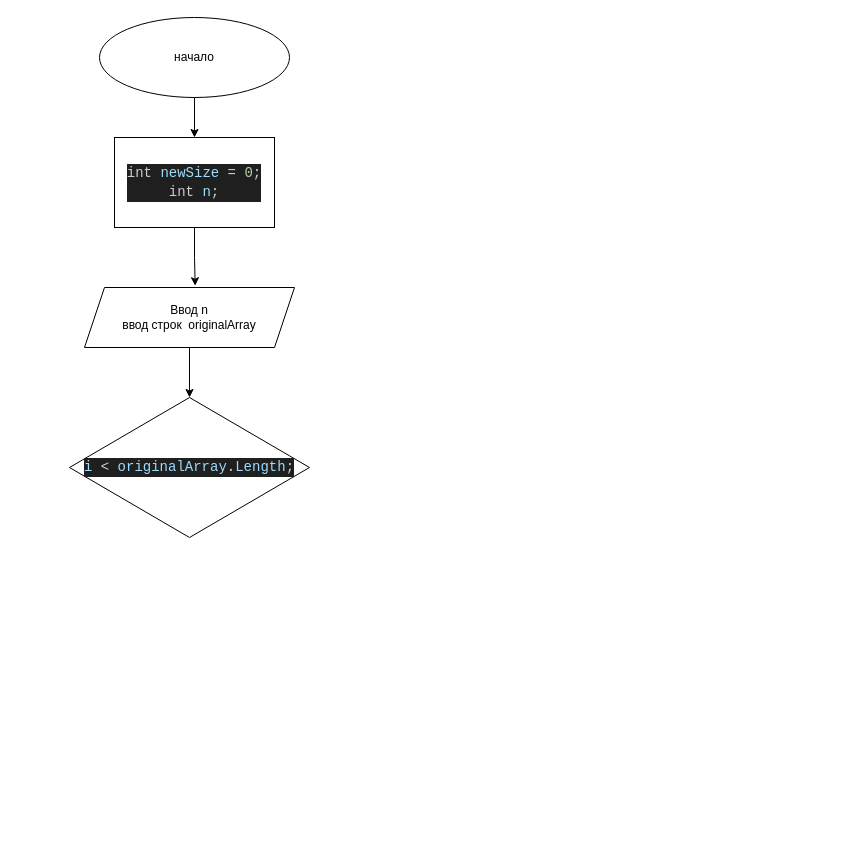
This is 123.drawio from MelJelif/finalC, a draw.io file, before an edit. Source tidied: cells renumbered, new cells numbered last; positions are measured from the earlier drawing's top-left corner, leaving out a move shared by most shapes. Both pictures are drawn from the tidied source at 100%, with x=0, y=0 at pixel (69, 17).
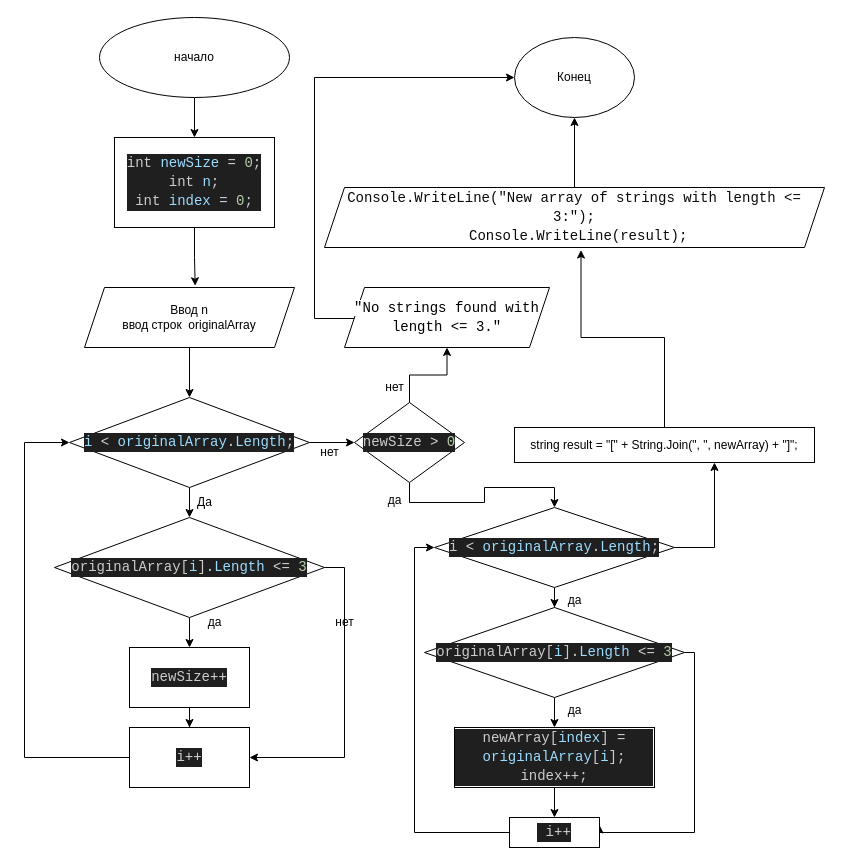
The same page after the edit.

Commit message:
block-shem

Change to the diagram source:
```diff
@@
-    <mxCell id="5" value="&lt;div style=&quot;color: rgb(204, 204, 204); background-color: rgb(31, 31, 31); font-family: Consolas, &amp;quot;Courier New&amp;quot;, monospace; font-size: 14px; line-height: 19px;&quot;&gt;int &lt;span style=&quot;color: #9cdcfe;&quot;&gt;newSize&lt;/span&gt; &lt;span style=&quot;color: #d4d4d4;&quot;&gt;=&lt;/span&gt; &lt;span style=&quot;color: #b5cea8;&quot;&gt;0&lt;/span&gt;;&lt;/div&gt;&lt;div style=&quot;color: rgb(204, 204, 204); background-color: rgb(31, 31, 31); font-family: Consolas, &amp;quot;Courier New&amp;quot;, monospace; font-size: 14px; line-height: 19px;&quot;&gt;&lt;div style=&quot;line-height: 19px;&quot;&gt;int &lt;span style=&quot;color: #9cdcfe;&quot;&gt;n&lt;/span&gt;;&lt;/div&gt;&lt;/div&gt;" style="rounded=0;whiteSpace=wrap;html=1;" parent="1" vertex="1">
+    <mxCell id="5" value="&lt;div style=&quot;color: rgb(204, 204, 204); background-color: rgb(31, 31, 31); font-family: Consolas, &amp;quot;Courier New&amp;quot;, monospace; font-size: 14px; line-height: 19px;&quot;&gt;int &lt;span style=&quot;color: #9cdcfe;&quot;&gt;newSize&lt;/span&gt; &lt;span style=&quot;color: #d4d4d4;&quot;&gt;=&lt;/span&gt; &lt;span style=&quot;color: #b5cea8;&quot;&gt;0&lt;/span&gt;;&lt;/div&gt;&lt;div style=&quot;color: rgb(204, 204, 204); background-color: rgb(31, 31, 31); font-family: Consolas, &amp;quot;Courier New&amp;quot;, monospace; font-size: 14px; line-height: 19px;&quot;&gt;&lt;div style=&quot;line-height: 19px;&quot;&gt;int &lt;span style=&quot;color: #9cdcfe;&quot;&gt;n&lt;/span&gt;;&lt;/div&gt;&lt;div style=&quot;line-height: 19px;&quot;&gt;&lt;div style=&quot;line-height: 19px;&quot;&gt;int &lt;span style=&quot;color: #9cdcfe;&quot;&gt;index&lt;/span&gt; &lt;span style=&quot;color: #d4d4d4;&quot;&gt;=&lt;/span&gt; &lt;span style=&quot;color: #b5cea8;&quot;&gt;0&lt;/span&gt;;&lt;/div&gt;&lt;/div&gt;&lt;/div&gt;" style="rounded=0;whiteSpace=wrap;html=1;" parent="1" vertex="1">
       <mxGeometry x="45" y="120" width="160" height="90" as="geometry" />
     </mxCell>
@@
+    <mxCell id="9" style="edgeStyle=orthogonalEdgeStyle;rounded=0;jettySize=auto;html=1;entryX=0.5;entryY=0;entryDx=0;entryDy=0;" parent="1" edge="1" source="8" target="13">
+      <mxGeometry relative="1" as="geometry" />
+    </mxCell>
+    <mxCell id="10" style="edgeStyle=orthogonalEdgeStyle;rounded=0;jettySize=auto;html=1;entryX=0;entryY=0.5;entryDx=0;entryDy=0;" parent="1" edge="1" source="8" target="24">
+      <mxGeometry relative="1" as="geometry" />
+    </mxCell>
     <mxCell id="8" value="&lt;div style=&quot;background-color: rgb(31, 31, 31); font-family: Consolas, &amp;quot;Courier New&amp;quot;, monospace; font-size: 14px; line-height: 19px;&quot;&gt;&lt;span style=&quot;color: rgb(156, 220, 254);&quot;&gt;i&lt;/span&gt; &lt;span style=&quot;color: rgb(212, 212, 212);&quot;&gt;&amp;lt;&lt;/span&gt;&lt;font color=&quot;#cccccc&quot;&gt;&amp;nbsp;&lt;/font&gt;&lt;span style=&quot;color: rgb(156, 220, 254);&quot;&gt;originalArray&lt;/span&gt;&lt;span style=&quot;color: rgb(212, 212, 212);&quot;&gt;.&lt;/span&gt;&lt;span style=&quot;color: rgb(156, 220, 254);&quot;&gt;Length&lt;/span&gt;&lt;font color=&quot;#cccccc&quot;&gt;;&lt;/font&gt;&lt;/div&gt;" style="rhombus;whiteSpace=wrap;html=1;" parent="1" vertex="1">
-      <mxGeometry y="380" width="240" height="140" as="geometry" />
+      <mxGeometry y="380" width="240" height="90" as="geometry" />
     </mxCell>
+    <mxCell id="11" style="edgeStyle=orthogonalEdgeStyle;rounded=0;jettySize=auto;html=1;entryX=0.5;entryY=0;entryDx=0;entryDy=0;" parent="1" edge="1" source="13" target="15">
+      <mxGeometry relative="1" as="geometry" />
+    </mxCell>
+    <mxCell id="12" style="edgeStyle=orthogonalEdgeStyle;rounded=0;jettySize=auto;html=1;exitX=1;exitY=0.5;exitDx=0;exitDy=0;entryX=1;entryY=0.5;entryDx=0;entryDy=0;" parent="1" edge="1" source="13" target="17">
+      <mxGeometry relative="1" as="geometry" />
+    </mxCell>
+    <mxCell id="13" value="&lt;div style=&quot;color: rgb(204, 204, 204); background-color: rgb(31, 31, 31); font-family: Consolas, &amp;quot;Courier New&amp;quot;, monospace; font-size: 14px; line-height: 19px;&quot;&gt;originalArray[&lt;span style=&quot;color: #9cdcfe;&quot;&gt;i&lt;/span&gt;]&lt;span style=&quot;color: #d4d4d4;&quot;&gt;.&lt;/span&gt;&lt;span style=&quot;color: #9cdcfe;&quot;&gt;Length&lt;/span&gt; &lt;span style=&quot;color: #d4d4d4;&quot;&gt;&amp;lt;=&lt;/span&gt; &lt;span style=&quot;color: #b5cea8;&quot;&gt;3&lt;/span&gt;&lt;/div&gt;" style="rhombus;whiteSpace=wrap;html=1;" parent="1" vertex="1">
+      <mxGeometry x="-15" y="500" width="270" height="100" as="geometry" />
+    </mxCell>
+    <mxCell id="14" style="edgeStyle=orthogonalEdgeStyle;rounded=0;jettySize=auto;html=1;" parent="1" edge="1" source="15" target="17">
+      <mxGeometry relative="1" as="geometry" />
+    </mxCell>
+    <mxCell id="15" value="&lt;div style=&quot;color: rgb(204, 204, 204); background-color: rgb(31, 31, 31); font-family: Consolas, &amp;quot;Courier New&amp;quot;, monospace; font-size: 14px; line-height: 19px;&quot;&gt;newSize&lt;span style=&quot;color: #d4d4d4;&quot;&gt;++&lt;/span&gt;&lt;/div&gt;" style="rounded=0;whiteSpace=wrap;html=1;" parent="1" vertex="1">
+      <mxGeometry x="60" y="630" width="120" height="60" as="geometry" />
+    </mxCell>
+    <mxCell id="16" style="edgeStyle=orthogonalEdgeStyle;rounded=0;jettySize=auto;html=1;entryX=0;entryY=0.5;entryDx=0;entryDy=0;" parent="1" edge="1" source="17" target="8">
+      <mxGeometry relative="1" as="geometry">
+        <Array as="points">
+          <mxPoint x="-45" y="740" />
+          <mxPoint x="-45" y="425" />
+        </Array>
+      </mxGeometry>
+    </mxCell>
+    <mxCell id="17" value="&lt;div style=&quot;color: rgb(204, 204, 204); background-color: rgb(31, 31, 31); font-family: Consolas, &amp;quot;Courier New&amp;quot;, monospace; font-size: 14px; line-height: 19px;&quot;&gt;i&lt;span style=&quot;color: #d4d4d4;&quot;&gt;++&lt;/span&gt;&lt;/div&gt;" style="rounded=0;whiteSpace=wrap;html=1;" parent="1" vertex="1">
+      <mxGeometry x="60" y="710" width="120" height="60" as="geometry" />
+    </mxCell>
+    <mxCell id="18" value="нет" style="text;html=1;align=center;verticalAlign=middle;strokeColor=none;fillColor=none;" parent="1" vertex="1">
+      <mxGeometry x="255" y="590" width="40" height="30" as="geometry" />
+    </mxCell>
+    <mxCell id="19" value="да" style="text;html=1;align=center;verticalAlign=middle;strokeColor=none;fillColor=none;" parent="1" vertex="1">
+      <mxGeometry x="125" y="590" width="40" height="30" as="geometry" />
+    </mxCell>
+    <mxCell id="20" value="Да" style="text;html=1;align=center;verticalAlign=middle;strokeColor=none;fillColor=none;" parent="1" vertex="1">
+      <mxGeometry x="115" y="470" width="40" height="30" as="geometry" />
+    </mxCell>
+    <mxCell id="21" value="нет" style="text;html=1;align=center;verticalAlign=middle;strokeColor=none;fillColor=none;" parent="1" vertex="1">
+      <mxGeometry x="240" y="420" width="40" height="30" as="geometry" />
+    </mxCell>
+    <mxCell id="22" style="edgeStyle=orthogonalEdgeStyle;rounded=0;jettySize=auto;html=1;entryX=0.5;entryY=0;entryDx=0;entryDy=0;" parent="1" edge="1" source="24" target="27">
+      <mxGeometry relative="1" as="geometry" />
+    </mxCell>
+    <mxCell id="23" style="edgeStyle=orthogonalEdgeStyle;rounded=0;jettySize=auto;html=1;" parent="1" edge="1" source="24" target="38">
+      <mxGeometry relative="1" as="geometry" />
+    </mxCell>
+    <mxCell id="24" value="&lt;div style=&quot;color: rgb(204, 204, 204); background-color: rgb(31, 31, 31); font-family: Consolas, &amp;quot;Courier New&amp;quot;, monospace; font-size: 14px; line-height: 19px;&quot;&gt;newSize &lt;span style=&quot;color: #d4d4d4;&quot;&gt;&amp;gt;&lt;/span&gt; &lt;span style=&quot;color: #b5cea8;&quot;&gt;0&lt;/span&gt;&lt;/div&gt;" style="rhombus;whiteSpace=wrap;html=1;" parent="1" vertex="1">
+      <mxGeometry x="285" y="385" width="110" height="80" as="geometry" />
+    </mxCell>
+    <mxCell id="25" style="edgeStyle=orthogonalEdgeStyle;rounded=0;jettySize=auto;html=1;entryX=0.5;entryY=0;entryDx=0;entryDy=0;" parent="1" edge="1" source="27" target="30">
+      <mxGeometry relative="1" as="geometry" />
+    </mxCell>
+    <mxCell id="26" style="edgeStyle=orthogonalEdgeStyle;rounded=0;jettySize=auto;html=1;" parent="1" edge="1" source="27" target="44">
+      <mxGeometry relative="1" as="geometry">
+        <Array as="points">
+          <mxPoint x="645" y="530" />
+        </Array>
+      </mxGeometry>
+    </mxCell>
+    <mxCell id="27" value="&lt;div style=&quot;color: rgb(204, 204, 204); background-color: rgb(31, 31, 31); font-family: Consolas, &amp;quot;Courier New&amp;quot;, monospace; font-size: 14px; line-height: 19px;&quot;&gt;i &lt;span style=&quot;color: #d4d4d4;&quot;&gt;&amp;lt;&lt;/span&gt; &lt;span style=&quot;color: #9cdcfe;&quot;&gt;originalArray&lt;/span&gt;&lt;span style=&quot;color: #d4d4d4;&quot;&gt;.&lt;/span&gt;&lt;span style=&quot;color: #9cdcfe;&quot;&gt;Length&lt;/span&gt;;&lt;/div&gt;" style="rhombus;whiteSpace=wrap;html=1;" parent="1" vertex="1">
+      <mxGeometry x="365" y="490" width="240" height="80" as="geometry" />
+    </mxCell>
+    <mxCell id="28" style="edgeStyle=orthogonalEdgeStyle;rounded=0;jettySize=auto;html=1;" parent="1" edge="1" source="30" target="32">
+      <mxGeometry relative="1" as="geometry" />
+    </mxCell>
+    <mxCell id="29" style="edgeStyle=orthogonalEdgeStyle;rounded=0;jettySize=auto;html=1;exitX=1;exitY=0.5;exitDx=0;exitDy=0;entryX=1;entryY=0.25;entryDx=0;entryDy=0;" parent="1" edge="1" source="30" target="34">
+      <mxGeometry relative="1" as="geometry">
+        <Array as="points">
+          <mxPoint x="625" y="635" />
+          <mxPoint x="625" y="815" />
+          <mxPoint x="530" y="815" />
+        </Array>
+      </mxGeometry>
+    </mxCell>
+    <mxCell id="30" value="&lt;div style=&quot;color: rgb(204, 204, 204); background-color: rgb(31, 31, 31); font-family: Consolas, &amp;quot;Courier New&amp;quot;, monospace; font-size: 14px; line-height: 19px;&quot;&gt;originalArray[&lt;span style=&quot;color: #9cdcfe;&quot;&gt;i&lt;/span&gt;]&lt;span style=&quot;color: #d4d4d4;&quot;&gt;.&lt;/span&gt;&lt;span style=&quot;color: #9cdcfe;&quot;&gt;Length&lt;/span&gt; &lt;span style=&quot;color: #d4d4d4;&quot;&gt;&amp;lt;=&lt;/span&gt; &lt;span style=&quot;color: #b5cea8;&quot;&gt;3&lt;/span&gt;&lt;/div&gt;" style="rhombus;whiteSpace=wrap;html=1;" parent="1" vertex="1">
+      <mxGeometry x="355" y="590" width="260" height="90" as="geometry" />
+    </mxCell>
+    <mxCell id="31" style="edgeStyle=orthogonalEdgeStyle;rounded=0;jettySize=auto;html=1;" parent="1" edge="1" source="32" target="34">
+      <mxGeometry relative="1" as="geometry" />
+    </mxCell>
+    <mxCell id="32" value="&lt;div style=&quot;color: rgb(204, 204, 204); background-color: rgb(31, 31, 31); font-family: Consolas, &amp;quot;Courier New&amp;quot;, monospace; font-size: 14px; line-height: 19px;&quot;&gt;newArray[&lt;span style=&quot;color: #9cdcfe;&quot;&gt;index&lt;/span&gt;] &lt;span style=&quot;color: #d4d4d4;&quot;&gt;=&lt;/span&gt; &lt;span style=&quot;color: #9cdcfe;&quot;&gt;originalArray&lt;/span&gt;[&lt;span style=&quot;color: #9cdcfe;&quot;&gt;i&lt;/span&gt;];&lt;/div&gt;&lt;div style=&quot;color: rgb(204, 204, 204); background-color: rgb(31, 31, 31); font-family: Consolas, &amp;quot;Courier New&amp;quot;, monospace; font-size: 14px; line-height: 19px;&quot;&gt;&lt;div style=&quot;line-height: 19px;&quot;&gt;index&lt;span style=&quot;color: #d4d4d4;&quot;&gt;++&lt;/span&gt;;&lt;/div&gt;&lt;/div&gt;" style="whiteSpace=wrap;html=1;" parent="1" vertex="1">
+      <mxGeometry x="385" y="710" width="200" height="60" as="geometry" />
+    </mxCell>
+    <mxCell id="33" style="edgeStyle=orthogonalEdgeStyle;rounded=0;jettySize=auto;html=1;entryX=0;entryY=0.5;entryDx=0;entryDy=0;" parent="1" edge="1" source="34" target="27">
+      <mxGeometry relative="1" as="geometry">
+        <Array as="points">
+          <mxPoint x="345" y="815" />
+          <mxPoint x="345" y="530" />
+        </Array>
+      </mxGeometry>
+    </mxCell>
+    <mxCell id="34" value="&lt;div style=&quot;color: rgb(204, 204, 204); background-color: rgb(31, 31, 31); font-family: Consolas, &amp;quot;Courier New&amp;quot;, monospace; font-size: 14px; line-height: 19px;&quot;&gt;&amp;nbsp;i&lt;span style=&quot;color: #d4d4d4;&quot;&gt;++&lt;/span&gt;&lt;/div&gt;" style="whiteSpace=wrap;html=1;" parent="1" vertex="1">
+      <mxGeometry x="440" y="800" width="90" height="30" as="geometry" />
+    </mxCell>
+    <mxCell id="35" value="да" style="text;html=1;align=center;verticalAlign=middle;strokeColor=none;fillColor=none;" parent="1" vertex="1">
+      <mxGeometry x="485" y="568" width="40" height="30" as="geometry" />
+    </mxCell>
+    <mxCell id="36" value="да" style="text;html=1;align=center;verticalAlign=middle;strokeColor=none;fillColor=none;" parent="1" vertex="1">
+      <mxGeometry x="485" y="678" width="40" height="30" as="geometry" />
+    </mxCell>
+    <mxCell id="37" style="edgeStyle=orthogonalEdgeStyle;rounded=0;jettySize=auto;html=1;entryX=0;entryY=0.5;entryDx=0;entryDy=0;" parent="1" edge="1" target="45">
+      <mxGeometry relative="1" as="geometry">
+        <mxPoint x="285" y="300" as="sourcePoint" />
+        <Array as="points">
+          <mxPoint x="285" y="301" />
+          <mxPoint x="245" y="301" />
+          <mxPoint x="245" y="60" />
+        </Array>
+      </mxGeometry>
+    </mxCell>
+    <mxCell id="38" value="&lt;div style=&quot;font-family: Consolas, &amp;quot;Courier New&amp;quot;, monospace; font-size: 14px; line-height: 19px;&quot;&gt;&lt;span style=&quot;background-color: rgb(255, 255, 255);&quot;&gt;&quot;No strings found with length &amp;lt;= 3.&quot;&lt;/span&gt;&lt;/div&gt;" style="shape=parallelogram;perimeter=parallelogramPerimeter;whiteSpace=wrap;html=1;fixedSize=1;" parent="1" vertex="1">
+      <mxGeometry x="275" y="270" width="205" height="60" as="geometry" />
+    </mxCell>
+    <mxCell id="39" value="нет" style="text;html=1;align=center;verticalAlign=middle;strokeColor=none;fillColor=none;" parent="1" vertex="1">
+      <mxGeometry x="305" y="355" width="40" height="30" as="geometry" />
+    </mxCell>
+    <mxCell id="40" value="да" style="text;html=1;align=center;verticalAlign=middle;strokeColor=none;fillColor=none;" parent="1" vertex="1">
+      <mxGeometry x="305" y="468" width="40" height="30" as="geometry" />
+    </mxCell>
+    <mxCell id="41" style="edgeStyle=orthogonalEdgeStyle;rounded=0;jettySize=auto;html=1;" parent="1" edge="1" source="42" target="45">
+      <mxGeometry relative="1" as="geometry" />
+    </mxCell>
+    <mxCell id="42" value="&lt;div style=&quot;font-family: Consolas, &amp;quot;Courier New&amp;quot;, monospace; font-size: 14px; line-height: 19px;&quot;&gt;&lt;div style=&quot;&quot;&gt;&lt;font style=&quot;background-color: rgb(255, 255, 255);&quot; color=&quot;#0a0a0a&quot;&gt;Console.WriteLine(&quot;New array of strings with length &amp;lt;= 3:&quot;);&lt;/font&gt;&lt;/div&gt;&lt;div style=&quot;&quot;&gt;&lt;span style=&quot;background-color: rgb(255, 255, 255); color: rgb(10, 10, 10);&quot;&gt;&amp;nbsp;Console.WriteLine(result);&lt;/span&gt;&lt;/div&gt;&lt;/div&gt;" style="shape=parallelogram;perimeter=parallelogramPerimeter;whiteSpace=wrap;html=1;fixedSize=1;" parent="1" vertex="1">
+      <mxGeometry x="255" y="170" width="500" height="60" as="geometry" />
+    </mxCell>
+    <mxCell id="43" style="edgeStyle=orthogonalEdgeStyle;rounded=0;jettySize=auto;html=1;entryX=0.513;entryY=1.042;entryDx=0;entryDy=0;entryPerimeter=0;" parent="1" edge="1" source="44" target="42">
+      <mxGeometry relative="1" as="geometry" />
+    </mxCell>
+    <mxCell id="44" value="string result = &quot;[&quot; + String.Join(&quot;, &quot;, newArray) + &quot;]&quot;;" style="whiteSpace=wrap;html=1;" parent="1" vertex="1">
+      <mxGeometry x="445" y="410" width="300" height="35" as="geometry" />
+    </mxCell>
+    <mxCell id="45" value="Конец" style="ellipse;whiteSpace=wrap;html=1;" parent="1" vertex="1">
+      <mxGeometry x="445" y="20" width="120" height="80" as="geometry" />
+    </mxCell>
```
